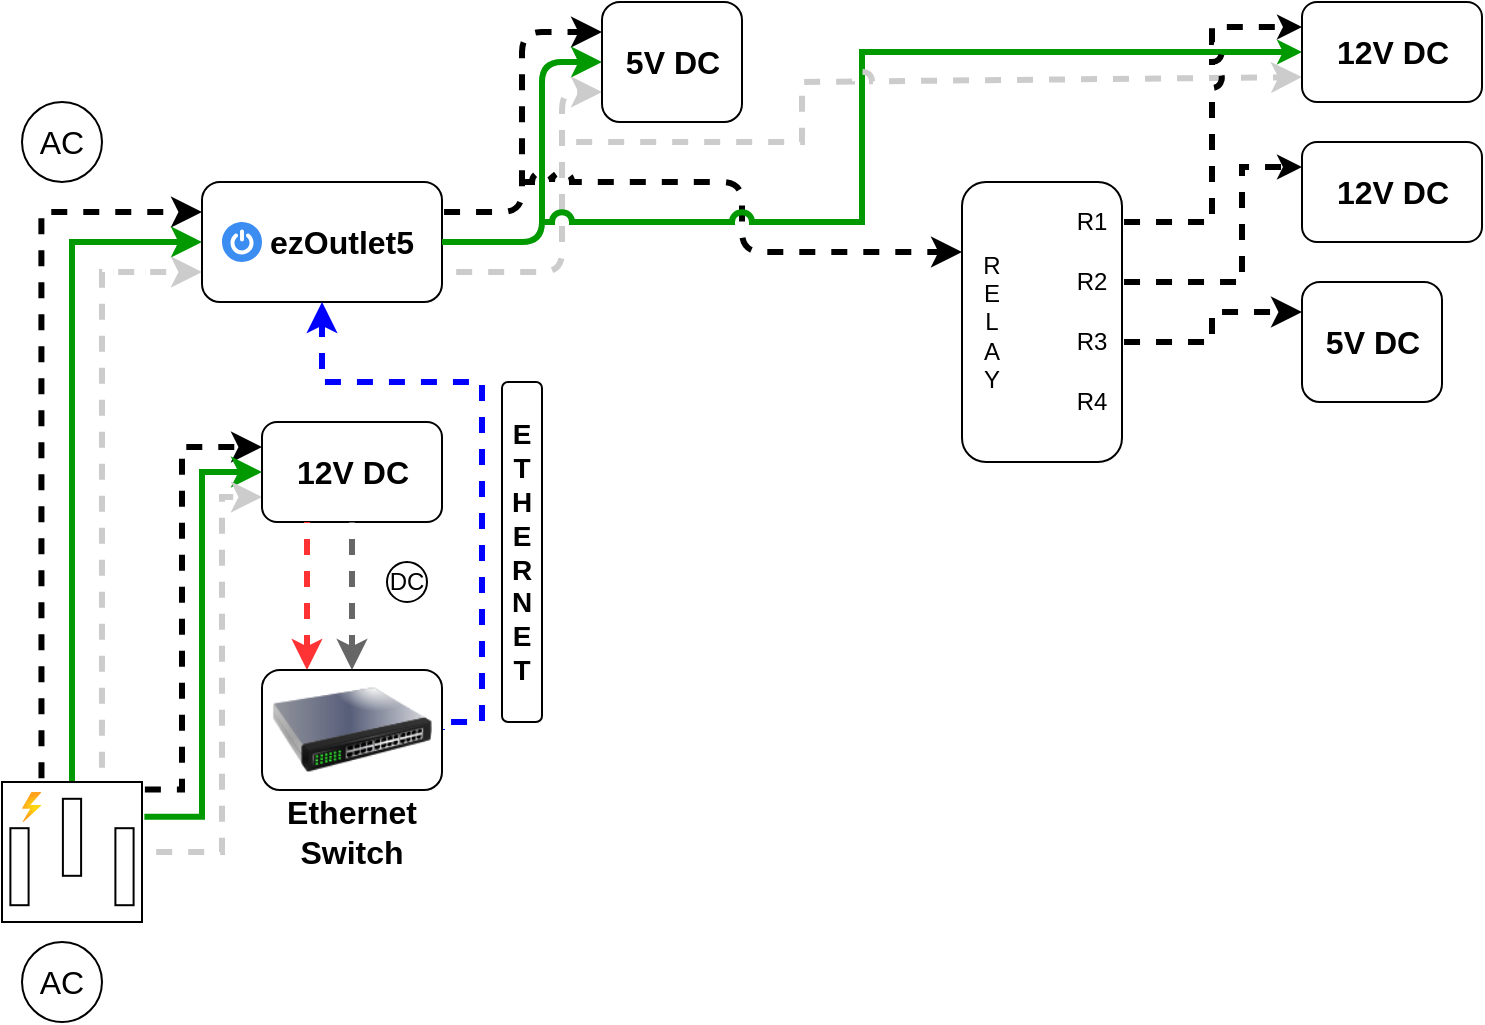
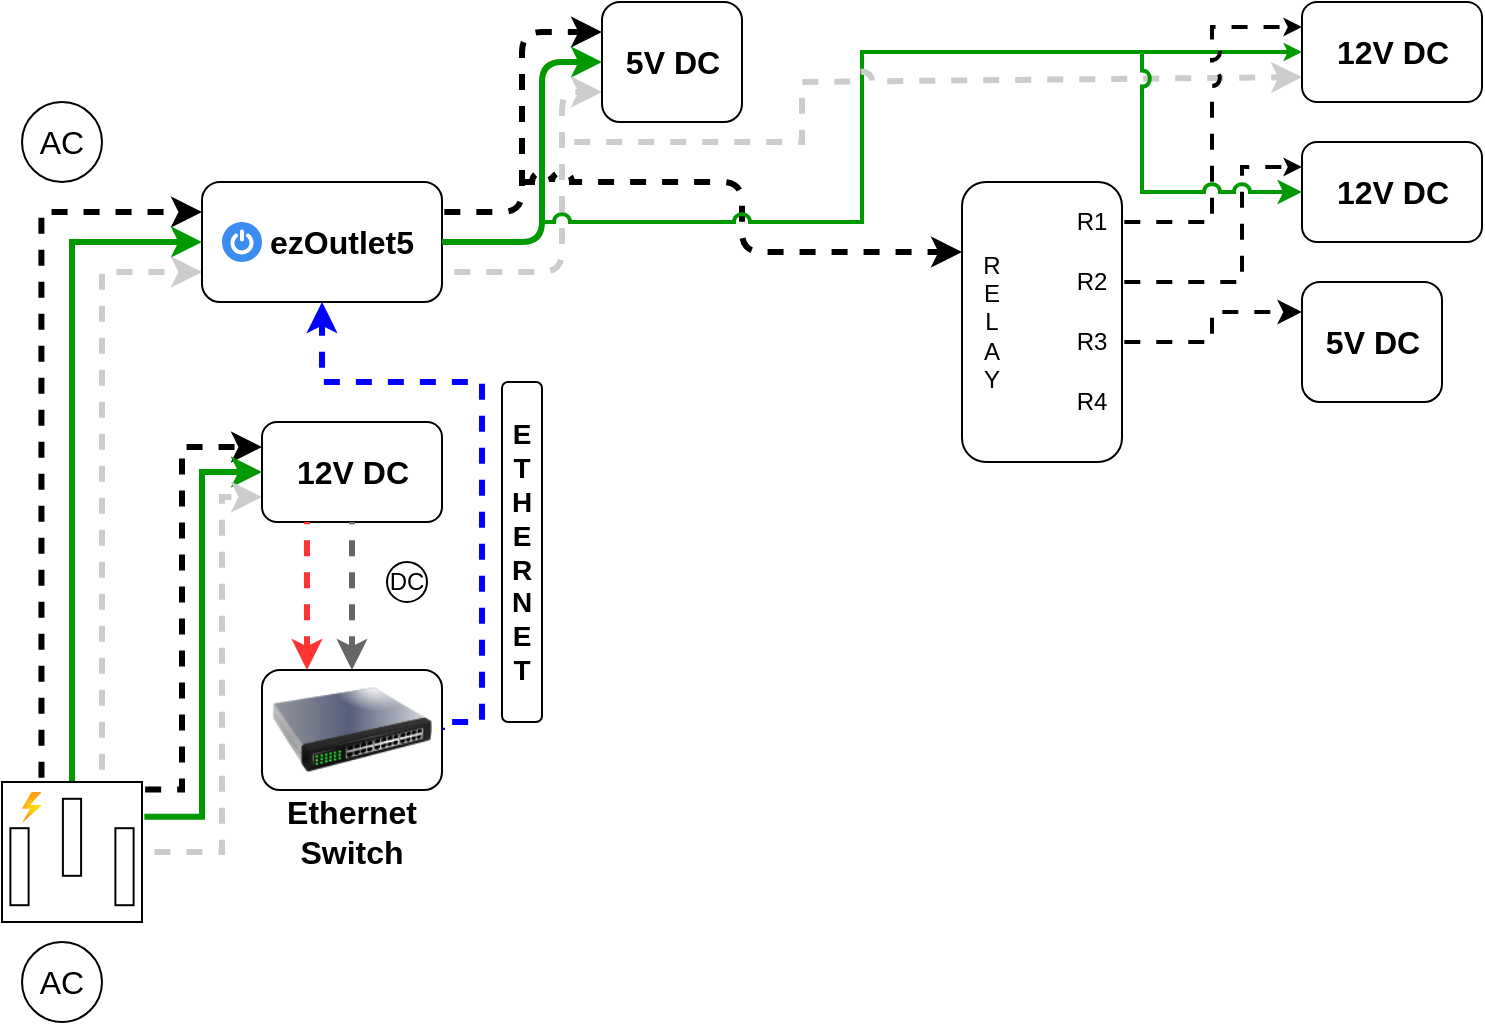
<mxfile host="app.diagrams.net" agent="Mozilla/5.0 (Windows NT 10.0; Win64; x64) AppleWebKit/537.36 (KHTML, like Gecko) Chrome/131.0.0.0 Safari/537.36 Edg/131.0.0.0" version="25.0.3">
  <diagram name="Page-1" id="VlRkN-xOVygPYa-iD9Ir">
-     <mxGraphModel dx="1050" dy="658" grid="1" gridSize="10" guides="1" tooltips="1" connect="1" arrows="1" fold="1" page="1" pageScale="1" pageWidth="1169" pageHeight="827" background="none" math="0" shadow="0">
+     <mxGraphModel dx="500" dy="313" grid="1" gridSize="10" guides="1" tooltips="1" connect="1" arrows="1" fold="1" page="1" pageScale="1" pageWidth="1169" pageHeight="827" background="none" math="0" shadow="0">
      <root>
        <mxCell id="0" />
        <mxCell id="1" parent="0" />
        <mxCell id="JVLtuT8sySUBbFbLTn6r-3" style="edgeStyle=orthogonalEdgeStyle;rounded=0;orthogonalLoop=1;jettySize=auto;html=1;entryX=0;entryY=0.25;entryDx=0;entryDy=0;exitX=0.282;exitY=-0.013;exitDx=0;exitDy=0;exitPerimeter=0;strokeWidth=3;flowAnimation=1;flowAnimationDirection=alternate;flowAnimationTimingFunction=ease-in-out;flowAnimationDuration=1500;" edge="1" parent="1" source="pD8juBFKP1GN8B8eYQTb-1" target="pD8juBFKP1GN8B8eYQTb-3">
          <mxGeometry relative="1" as="geometry" />
        </mxCell>
        <mxCell id="JVLtuT8sySUBbFbLTn6r-4" style="edgeStyle=orthogonalEdgeStyle;rounded=0;orthogonalLoop=1;jettySize=auto;html=1;exitX=0.5;exitY=0;exitDx=0;exitDy=0;exitPerimeter=0;entryX=0;entryY=0.5;entryDx=0;entryDy=0;strokeColor=#009900;strokeWidth=3;" edge="1" parent="1" source="pD8juBFKP1GN8B8eYQTb-1" target="pD8juBFKP1GN8B8eYQTb-3">
          <mxGeometry relative="1" as="geometry" />
        </mxCell>
        <mxCell id="JVLtuT8sySUBbFbLTn6r-5" style="edgeStyle=orthogonalEdgeStyle;rounded=0;orthogonalLoop=1;jettySize=auto;html=1;entryX=0;entryY=0.75;entryDx=0;entryDy=0;exitX=0.714;exitY=0;exitDx=0;exitDy=0;exitPerimeter=0;strokeWidth=3;strokeColor=#CCCCCC;flowAnimation=1;flowAnimationDirection=alternate-reverse;flowAnimationTimingFunction=ease-in-out;" edge="1" parent="1" source="pD8juBFKP1GN8B8eYQTb-1" target="pD8juBFKP1GN8B8eYQTb-3">
          <mxGeometry relative="1" as="geometry">
            <mxPoint x="120" y="320" as="targetPoint" />
          </mxGeometry>
        </mxCell>
        <mxCell id="JVLtuT8sySUBbFbLTn6r-6" style="edgeStyle=orthogonalEdgeStyle;rounded=0;orthogonalLoop=1;jettySize=auto;html=1;entryX=0;entryY=0.25;entryDx=0;entryDy=0;exitX=1.006;exitY=0.054;exitDx=0;exitDy=0;exitPerimeter=0;strokeWidth=3;flowAnimation=1;flowAnimationDirection=alternate;flowAnimationTimingFunction=ease-in-out;flowAnimationDuration=1500;" edge="1" parent="1" source="pD8juBFKP1GN8B8eYQTb-1" target="pD8juBFKP1GN8B8eYQTb-24">
          <mxGeometry relative="1" as="geometry">
            <Array as="points">
              <mxPoint x="120" y="404" />
              <mxPoint x="120" y="233" />
            </Array>
          </mxGeometry>
        </mxCell>
        <mxCell id="JVLtuT8sySUBbFbLTn6r-7" style="edgeStyle=orthogonalEdgeStyle;rounded=0;orthogonalLoop=1;jettySize=auto;html=1;entryX=0;entryY=0.5;entryDx=0;entryDy=0;exitX=1.017;exitY=0.249;exitDx=0;exitDy=0;exitPerimeter=0;strokeWidth=3;strokeColor=#009900;" edge="1" parent="1" source="pD8juBFKP1GN8B8eYQTb-1" target="pD8juBFKP1GN8B8eYQTb-24">
          <mxGeometry relative="1" as="geometry" />
        </mxCell>
        <mxCell id="JVLtuT8sySUBbFbLTn6r-8" style="edgeStyle=orthogonalEdgeStyle;rounded=0;orthogonalLoop=1;jettySize=auto;html=1;entryX=0;entryY=0.75;entryDx=0;entryDy=0;strokeColor=#CCCCCC;strokeWidth=3;flowAnimation=1;flowAnimationDirection=alternate-reverse;flowAnimationTimingFunction=ease-in-out;" edge="1" parent="1" source="pD8juBFKP1GN8B8eYQTb-1" target="pD8juBFKP1GN8B8eYQTb-24">
          <mxGeometry relative="1" as="geometry">
            <Array as="points">
              <mxPoint x="140" y="435" />
              <mxPoint x="140" y="258" />
            </Array>
          </mxGeometry>
        </mxCell>
        <mxCell id="JVLtuT8sySUBbFbLTn6r-1" value="" style="group" vertex="1" connectable="0" parent="1">
          <mxGeometry x="30" y="480" width="60" height="40" as="geometry" />
        </mxCell>
        <mxCell id="pD8juBFKP1GN8B8eYQTb-22" value="AC" style="text;html=1;align=center;verticalAlign=middle;whiteSpace=wrap;rounded=0;fontSize=16;" parent="JVLtuT8sySUBbFbLTn6r-1" vertex="1">
          <mxGeometry y="5" width="60" height="30" as="geometry" />
        </mxCell>
        <mxCell id="pD8juBFKP1GN8B8eYQTb-23" value="" style="ellipse;whiteSpace=wrap;html=1;fillColor=none;" parent="JVLtuT8sySUBbFbLTn6r-1" vertex="1">
          <mxGeometry x="10" width="40" height="40" as="geometry" />
        </mxCell>
        <mxCell id="JVLtuT8sySUBbFbLTn6r-2" value="" style="group" vertex="1" connectable="0" parent="1">
          <mxGeometry x="30" y="60" width="60" height="40" as="geometry" />
        </mxCell>
        <mxCell id="pD8juBFKP1GN8B8eYQTb-9" value="" style="ellipse;whiteSpace=wrap;html=1;fillColor=none;" parent="JVLtuT8sySUBbFbLTn6r-2" vertex="1">
          <mxGeometry x="10" width="40" height="40" as="geometry" />
        </mxCell>
        <mxCell id="pD8juBFKP1GN8B8eYQTb-11" value="AC" style="text;html=1;align=center;verticalAlign=middle;whiteSpace=wrap;rounded=0;fontSize=16;" parent="JVLtuT8sySUBbFbLTn6r-2" vertex="1">
          <mxGeometry y="5" width="60" height="30" as="geometry" />
        </mxCell>
        <mxCell id="JVLtuT8sySUBbFbLTn6r-9" value="" style="group" vertex="1" connectable="0" parent="1">
          <mxGeometry x="130" y="100" width="120" height="60" as="geometry" />
        </mxCell>
        <mxCell id="JVLtuT8sySUBbFbLTn6r-16" value="" style="group" vertex="1" connectable="0" parent="JVLtuT8sySUBbFbLTn6r-9">
          <mxGeometry width="120" height="60" as="geometry" />
        </mxCell>
        <mxCell id="pD8juBFKP1GN8B8eYQTb-3" value="" style="rounded=1;whiteSpace=wrap;html=1;" parent="JVLtuT8sySUBbFbLTn6r-16" vertex="1">
          <mxGeometry width="120" height="60" as="geometry" />
        </mxCell>
        <mxCell id="JVLtuT8sySUBbFbLTn6r-13" value="" style="sketch=0;html=1;aspect=fixed;strokeColor=none;shadow=0;fillColor=#3B8DF1;verticalAlign=top;labelPosition=center;verticalLabelPosition=bottom;shape=mxgraph.gcp2.a7_power" vertex="1" parent="JVLtuT8sySUBbFbLTn6r-16">
          <mxGeometry x="10" y="20" width="20" height="20" as="geometry" />
        </mxCell>
        <mxCell id="pD8juBFKP1GN8B8eYQTb-15" value="&lt;b&gt;ezOutlet5&lt;/b&gt;" style="text;html=1;align=center;verticalAlign=middle;whiteSpace=wrap;rounded=0;fontSize=16;" parent="JVLtuT8sySUBbFbLTn6r-16" vertex="1">
          <mxGeometry x="40" y="10" width="60" height="40" as="geometry" />
        </mxCell>
        <mxCell id="JVLtuT8sySUBbFbLTn6r-11" value="" style="group" vertex="1" connectable="0" parent="1">
          <mxGeometry x="160" y="220" width="90" height="50" as="geometry" />
        </mxCell>
        <mxCell id="JVLtuT8sySUBbFbLTn6r-72" value="" style="group" vertex="1" connectable="0" parent="JVLtuT8sySUBbFbLTn6r-11">
          <mxGeometry width="90" height="50" as="geometry" />
        </mxCell>
        <mxCell id="pD8juBFKP1GN8B8eYQTb-24" value="" style="rounded=1;whiteSpace=wrap;html=1;" parent="JVLtuT8sySUBbFbLTn6r-72" vertex="1">
          <mxGeometry width="90" height="50" as="geometry" />
        </mxCell>
        <mxCell id="JVLtuT8sySUBbFbLTn6r-10" value="&lt;font style=&quot;font-size: 16px;&quot;&gt;&lt;b&gt;12V DC&lt;/b&gt;&lt;/font&gt;" style="text;html=1;align=center;verticalAlign=middle;whiteSpace=wrap;rounded=0;" vertex="1" parent="JVLtuT8sySUBbFbLTn6r-72">
          <mxGeometry x="15.75" y="10" width="58.5" height="30" as="geometry" />
        </mxCell>
        <mxCell id="JVLtuT8sySUBbFbLTn6r-18" value="" style="group" vertex="1" connectable="0" parent="1">
          <mxGeometry x="30" y="400" width="70" height="70" as="geometry" />
        </mxCell>
        <mxCell id="pD8juBFKP1GN8B8eYQTb-1" value="" style="pointerEvents=1;verticalLabelPosition=bottom;shadow=0;dashed=0;align=center;html=1;verticalAlign=top;shape=mxgraph.electrical.miscellaneous.ac_out" parent="JVLtuT8sySUBbFbLTn6r-18" vertex="1">
          <mxGeometry width="70" height="70" as="geometry" />
        </mxCell>
        <mxCell id="JVLtuT8sySUBbFbLTn6r-12" value="" style="image;aspect=fixed;html=1;points=[];align=center;fontSize=12;image=img/lib/azure2/general/Power.svg;" vertex="1" parent="JVLtuT8sySUBbFbLTn6r-18">
          <mxGeometry x="10" y="5" width="9.72" height="15" as="geometry" />
        </mxCell>
        <mxCell id="JVLtuT8sySUBbFbLTn6r-23" style="edgeStyle=orthogonalEdgeStyle;rounded=0;orthogonalLoop=1;jettySize=auto;html=1;entryX=0.25;entryY=0;entryDx=0;entryDy=0;exitX=0.25;exitY=1;exitDx=0;exitDy=0;strokeColor=#FF3333;strokeWidth=3;flowAnimation=1;" edge="1" parent="1" source="pD8juBFKP1GN8B8eYQTb-24" target="JVLtuT8sySUBbFbLTn6r-19">
          <mxGeometry relative="1" as="geometry" />
        </mxCell>
        <mxCell id="JVLtuT8sySUBbFbLTn6r-28" value="" style="group" vertex="1" connectable="0" parent="1">
          <mxGeometry x="220" y="290" width="25" height="20" as="geometry" />
        </mxCell>
        <mxCell id="JVLtuT8sySUBbFbLTn6r-26" value="" style="ellipse;whiteSpace=wrap;html=1;aspect=fixed;" vertex="1" parent="JVLtuT8sySUBbFbLTn6r-28">
          <mxGeometry x="2.5" width="20" height="20" as="geometry" />
        </mxCell>
        <mxCell id="JVLtuT8sySUBbFbLTn6r-27" value="&lt;font&gt;DC&lt;/font&gt;" style="text;html=1;align=center;verticalAlign=middle;whiteSpace=wrap;rounded=0;" vertex="1" parent="JVLtuT8sySUBbFbLTn6r-28">
          <mxGeometry y="2.5" width="25" height="15" as="geometry" />
        </mxCell>
        <mxCell id="JVLtuT8sySUBbFbLTn6r-29" style="edgeStyle=orthogonalEdgeStyle;rounded=0;orthogonalLoop=1;jettySize=auto;html=1;exitX=0.5;exitY=1;exitDx=0;exitDy=0;entryX=0.5;entryY=0;entryDx=0;entryDy=0;strokeWidth=3;flowAnimation=1;strokeColor=#666666;" edge="1" parent="1" source="pD8juBFKP1GN8B8eYQTb-24" target="JVLtuT8sySUBbFbLTn6r-19">
          <mxGeometry relative="1" as="geometry" />
        </mxCell>
        <mxCell id="JVLtuT8sySUBbFbLTn6r-30" style="edgeStyle=orthogonalEdgeStyle;rounded=0;orthogonalLoop=1;jettySize=auto;html=1;exitX=1;exitY=0.5;exitDx=0;exitDy=0;entryX=0.5;entryY=1;entryDx=0;entryDy=0;strokeColor=#0000FF;strokeWidth=3;flowAnimation=1;" edge="1" parent="1" source="JVLtuT8sySUBbFbLTn6r-19" target="pD8juBFKP1GN8B8eYQTb-3">
          <mxGeometry relative="1" as="geometry">
            <Array as="points">
              <mxPoint x="270" y="370" />
              <mxPoint x="270" y="200" />
              <mxPoint x="190" y="200" />
            </Array>
          </mxGeometry>
        </mxCell>
        <mxCell id="JVLtuT8sySUBbFbLTn6r-31" value="" style="rounded=1;whiteSpace=wrap;html=1;" vertex="1" parent="1">
          <mxGeometry x="280" y="200" width="20" height="170" as="geometry" />
        </mxCell>
        <mxCell id="JVLtuT8sySUBbFbLTn6r-32" value="&lt;b&gt;&lt;font style=&quot;font-size: 14px;&quot;&gt;E&lt;/font&gt;&lt;/b&gt;&lt;div&gt;&lt;b&gt;&lt;font style=&quot;font-size: 14px;&quot;&gt;T&lt;/font&gt;&lt;/b&gt;&lt;/div&gt;&lt;div&gt;&lt;b&gt;&lt;font style=&quot;font-size: 14px;&quot;&gt;H&lt;/font&gt;&lt;/b&gt;&lt;/div&gt;&lt;div&gt;&lt;b&gt;&lt;font style=&quot;font-size: 14px;&quot;&gt;E&lt;/font&gt;&lt;/b&gt;&lt;/div&gt;&lt;div&gt;&lt;b&gt;&lt;font style=&quot;font-size: 14px;&quot;&gt;R&lt;/font&gt;&lt;/b&gt;&lt;/div&gt;&lt;div&gt;&lt;b&gt;&lt;font style=&quot;font-size: 14px;&quot;&gt;N&lt;/font&gt;&lt;/b&gt;&lt;/div&gt;&lt;div&gt;&lt;b&gt;&lt;font style=&quot;font-size: 14px;&quot;&gt;E&lt;/font&gt;&lt;/b&gt;&lt;/div&gt;&lt;div&gt;&lt;b&gt;&lt;font style=&quot;font-size: 14px;&quot;&gt;T&lt;/font&gt;&lt;/b&gt;&lt;/div&gt;" style="text;html=1;align=center;verticalAlign=middle;whiteSpace=wrap;rounded=0;" vertex="1" parent="1">
          <mxGeometry x="275" y="180" width="30" height="210" as="geometry" />
        </mxCell>
        <mxCell id="JVLtuT8sySUBbFbLTn6r-33" value="" style="rounded=1;whiteSpace=wrap;html=1;" vertex="1" parent="1">
          <mxGeometry x="510" y="100" width="80" height="140" as="geometry" />
        </mxCell>
        <mxCell id="JVLtuT8sySUBbFbLTn6r-35" style="edgeStyle=orthogonalEdgeStyle;rounded=1;orthogonalLoop=1;jettySize=auto;html=1;exitX=1;exitY=0.25;exitDx=0;exitDy=0;entryX=0;entryY=0.25;entryDx=0;entryDy=0;curved=0;strokeWidth=3;flowAnimation=1;flowAnimationDirection=alternate;flowAnimationTimingFunction=ease-in-out;flowAnimationDuration=1500;" edge="1" parent="1" source="pD8juBFKP1GN8B8eYQTb-3" target="JVLtuT8sySUBbFbLTn6r-34">
          <mxGeometry relative="1" as="geometry" />
        </mxCell>
        <mxCell id="JVLtuT8sySUBbFbLTn6r-36" style="edgeStyle=orthogonalEdgeStyle;rounded=1;orthogonalLoop=1;jettySize=auto;html=1;exitX=1;exitY=0.5;exitDx=0;exitDy=0;entryX=0;entryY=0.5;entryDx=0;entryDy=0;curved=0;strokeWidth=3;strokeColor=#009900;" edge="1" parent="1" source="pD8juBFKP1GN8B8eYQTb-3" target="JVLtuT8sySUBbFbLTn6r-34">
          <mxGeometry relative="1" as="geometry">
            <Array as="points">
              <mxPoint x="300" y="130" />
              <mxPoint x="300" y="40" />
            </Array>
          </mxGeometry>
        </mxCell>
        <mxCell id="JVLtuT8sySUBbFbLTn6r-37" style="edgeStyle=orthogonalEdgeStyle;rounded=1;orthogonalLoop=1;jettySize=auto;html=1;exitX=1;exitY=0.75;exitDx=0;exitDy=0;entryX=0;entryY=0.75;entryDx=0;entryDy=0;curved=0;strokeColor=#CCCCCC;strokeWidth=3;flowAnimation=1;flowAnimationDirection=alternate-reverse;flowAnimationTimingFunction=ease-in-out;" edge="1" parent="1" source="pD8juBFKP1GN8B8eYQTb-3" target="JVLtuT8sySUBbFbLTn6r-34">
          <mxGeometry relative="1" as="geometry">
            <Array as="points">
              <mxPoint x="310" y="145" />
              <mxPoint x="310" y="55" />
            </Array>
          </mxGeometry>
        </mxCell>
        <mxCell id="JVLtuT8sySUBbFbLTn6r-40" value="" style="endArrow=classic;html=1;rounded=1;curved=0;entryX=0;entryY=0.25;entryDx=0;entryDy=0;jumpStyle=arc;strokeWidth=3;flowAnimation=1;flowAnimationDirection=alternate;flowAnimationTimingFunction=ease-in-out;flowAnimationDuration=1500;" edge="1" parent="1" target="JVLtuT8sySUBbFbLTn6r-33">
          <mxGeometry width="50" height="50" relative="1" as="geometry">
            <mxPoint x="290" y="100" as="sourcePoint" />
            <mxPoint x="410" y="170" as="targetPoint" />
            <Array as="points">
              <mxPoint x="400" y="100" />
              <mxPoint x="400" y="135" />
            </Array>
          </mxGeometry>
        </mxCell>
        <mxCell id="JVLtuT8sySUBbFbLTn6r-51" value="" style="group" vertex="1" connectable="0" parent="1">
          <mxGeometry x="160" y="344" width="90" height="96" as="geometry" />
        </mxCell>
        <mxCell id="JVLtuT8sySUBbFbLTn6r-21" value="" style="group" vertex="1" connectable="0" parent="JVLtuT8sySUBbFbLTn6r-51">
          <mxGeometry width="90" height="70" as="geometry" />
        </mxCell>
        <mxCell id="JVLtuT8sySUBbFbLTn6r-50" value="" style="group" vertex="1" connectable="0" parent="JVLtuT8sySUBbFbLTn6r-21">
          <mxGeometry width="90" height="70" as="geometry" />
        </mxCell>
        <mxCell id="JVLtuT8sySUBbFbLTn6r-19" value="" style="rounded=1;whiteSpace=wrap;html=1;" vertex="1" parent="JVLtuT8sySUBbFbLTn6r-50">
          <mxGeometry width="90" height="60" as="geometry" />
        </mxCell>
        <mxCell id="JVLtuT8sySUBbFbLTn6r-49" value="" style="image;html=1;image=img/lib/clip_art/networking/Switch_128x128.png" vertex="1" parent="JVLtuT8sySUBbFbLTn6r-50">
          <mxGeometry x="5" y="-10" width="80" height="80" as="geometry" />
        </mxCell>
        <mxCell id="JVLtuT8sySUBbFbLTn6r-20" value="&lt;b&gt;&lt;font style=&quot;font-size: 16px;&quot;&gt;Ethernet&lt;/font&gt;&lt;/b&gt;&lt;div&gt;&lt;b&gt;&lt;font style=&quot;font-size: 16px;&quot;&gt;Switch&lt;/font&gt;&lt;/b&gt;&lt;/div&gt;" style="text;html=1;align=center;verticalAlign=middle;whiteSpace=wrap;rounded=0;" vertex="1" parent="JVLtuT8sySUBbFbLTn6r-51">
          <mxGeometry x="15" y="66" width="60" height="30" as="geometry" />
        </mxCell>
        <mxCell id="JVLtuT8sySUBbFbLTn6r-53" value="" style="group" vertex="1" connectable="0" parent="1">
          <mxGeometry x="330" y="10" width="70" height="60" as="geometry" />
        </mxCell>
        <mxCell id="JVLtuT8sySUBbFbLTn6r-71" value="" style="group" vertex="1" connectable="0" parent="JVLtuT8sySUBbFbLTn6r-53">
          <mxGeometry width="70" height="60" as="geometry" />
        </mxCell>
        <mxCell id="JVLtuT8sySUBbFbLTn6r-34" value="" style="rounded=1;whiteSpace=wrap;html=1;" vertex="1" parent="JVLtuT8sySUBbFbLTn6r-71">
          <mxGeometry width="70" height="60" as="geometry" />
        </mxCell>
        <mxCell id="JVLtuT8sySUBbFbLTn6r-52" value="&lt;font style=&quot;font-size: 16px;&quot;&gt;&lt;b&gt;5&lt;/b&gt;&lt;/font&gt;&lt;b style=&quot;font-size: 16px; background-color: initial;&quot;&gt;V DC&lt;/b&gt;" style="text;html=1;align=center;verticalAlign=middle;whiteSpace=wrap;rounded=0;" vertex="1" parent="JVLtuT8sySUBbFbLTn6r-71">
          <mxGeometry x="5.75" y="15" width="58.5" height="30" as="geometry" />
        </mxCell>
-         <mxCell id="JVLtuT8sySUBbFbLTn6r-54" value="" style="endArrow=classic;html=1;rounded=0;entryX=0;entryY=0.5;entryDx=0;entryDy=0;jumpStyle=arc;strokeColor=#009900;strokeWidth=3;endSize=3;" edge="1" parent="1" target="JVLtuT8sySUBbFbLTn6r-74">
+         <mxCell id="JVLtuT8sySUBbFbLTn6r-54" value="" style="endArrow=classic;html=1;rounded=0;entryX=0;entryY=0.5;entryDx=0;entryDy=0;jumpStyle=arc;strokeColor=#009900;strokeWidth=2;endSize=3;" edge="1" parent="1" target="JVLtuT8sySUBbFbLTn6r-74">
          <mxGeometry width="50" height="50" relative="1" as="geometry">
            <mxPoint x="300" y="120" as="sourcePoint" />
            <mxPoint x="350" y="80" as="targetPoint" />
            <Array as="points">
              <mxPoint x="460" y="120" />
              <mxPoint x="460" y="35" />
            </Array>
          </mxGeometry>
        </mxCell>
        <mxCell id="JVLtuT8sySUBbFbLTn6r-55" value="" style="endArrow=classic;html=1;rounded=0;entryX=0;entryY=0.75;entryDx=0;entryDy=0;strokeColor=#CCCCCC;strokeWidth=3;jumpStyle=arc;flowAnimation=1;flowAnimationDirection=alternate-reverse;flowAnimationTimingFunction=ease-in-out;" edge="1" parent="1" target="JVLtuT8sySUBbFbLTn6r-74">
          <mxGeometry width="50" height="50" relative="1" as="geometry">
            <mxPoint x="310" y="80" as="sourcePoint" />
            <mxPoint x="350" y="140" as="targetPoint" />
            <Array as="points">
              <mxPoint x="430" y="80" />
              <mxPoint x="430" y="50" />
              <mxPoint x="520" y="50" />
            </Array>
          </mxGeometry>
        </mxCell>
        <mxCell id="JVLtuT8sySUBbFbLTn6r-56" value="R&lt;div&gt;E&lt;/div&gt;&lt;div&gt;L&lt;/div&gt;&lt;div&gt;A&lt;/div&gt;&lt;div&gt;Y&lt;/div&gt;" style="text;html=1;align=center;verticalAlign=middle;whiteSpace=wrap;rounded=0;" vertex="1" parent="1">
          <mxGeometry x="510" y="135" width="30" height="70" as="geometry" />
        </mxCell>
-         <mxCell id="JVLtuT8sySUBbFbLTn6r-79" style="edgeStyle=orthogonalEdgeStyle;rounded=0;orthogonalLoop=1;jettySize=auto;html=1;exitX=1;exitY=0.5;exitDx=0;exitDy=0;entryX=0;entryY=0.25;entryDx=0;entryDy=0;strokeWidth=3;flowAnimation=1;flowAnimationDirection=alternate;flowAnimationTimingFunction=ease-in-out;flowAnimationDuration=1500;jumpStyle=arc;endSize=3;" edge="1" parent="1" source="JVLtuT8sySUBbFbLTn6r-57" target="JVLtuT8sySUBbFbLTn6r-74">
+         <mxCell id="JVLtuT8sySUBbFbLTn6r-79" style="edgeStyle=orthogonalEdgeStyle;rounded=0;orthogonalLoop=1;jettySize=auto;html=1;exitX=1;exitY=0.5;exitDx=0;exitDy=0;entryX=0;entryY=0.25;entryDx=0;entryDy=0;strokeWidth=2;flowAnimation=1;flowAnimationDirection=alternate;flowAnimationTimingFunction=ease-in-out;flowAnimationDuration=1500;jumpStyle=arc;endSize=3;" edge="1" parent="1" source="JVLtuT8sySUBbFbLTn6r-57" target="JVLtuT8sySUBbFbLTn6r-74">
          <mxGeometry relative="1" as="geometry" />
        </mxCell>
        <mxCell id="JVLtuT8sySUBbFbLTn6r-57" value="R1" style="text;html=1;align=center;verticalAlign=middle;whiteSpace=wrap;rounded=0;" vertex="1" parent="1">
          <mxGeometry x="560" y="105" width="30" height="30" as="geometry" />
        </mxCell>
-         <mxCell id="JVLtuT8sySUBbFbLTn6r-80" style="edgeStyle=orthogonalEdgeStyle;rounded=0;orthogonalLoop=1;jettySize=auto;html=1;exitX=1;exitY=0.5;exitDx=0;exitDy=0;entryX=0;entryY=0.25;entryDx=0;entryDy=0;strokeWidth=3;flowAnimation=1;flowAnimationDirection=alternate;flowAnimationTimingFunction=ease-in-out;flowAnimationDuration=1500;endSize=3;" edge="1" parent="1" source="JVLtuT8sySUBbFbLTn6r-58" target="JVLtuT8sySUBbFbLTn6r-77">
+         <mxCell id="JVLtuT8sySUBbFbLTn6r-80" style="edgeStyle=orthogonalEdgeStyle;rounded=0;orthogonalLoop=1;jettySize=auto;html=1;exitX=1;exitY=0.5;exitDx=0;exitDy=0;entryX=0;entryY=0.25;entryDx=0;entryDy=0;strokeWidth=2;flowAnimation=1;flowAnimationDirection=alternate;flowAnimationTimingFunction=ease-in-out;flowAnimationDuration=1500;endSize=3;" edge="1" parent="1" source="JVLtuT8sySUBbFbLTn6r-58" target="JVLtuT8sySUBbFbLTn6r-77">
          <mxGeometry relative="1" as="geometry">
            <Array as="points">
              <mxPoint x="650" y="150" />
              <mxPoint x="650" y="93" />
            </Array>
          </mxGeometry>
        </mxCell>
        <mxCell id="JVLtuT8sySUBbFbLTn6r-58" value="R2" style="text;html=1;align=center;verticalAlign=middle;whiteSpace=wrap;rounded=0;" vertex="1" parent="1">
          <mxGeometry x="560" y="135" width="30" height="30" as="geometry" />
        </mxCell>
-         <mxCell id="JVLtuT8sySUBbFbLTn6r-81" style="edgeStyle=orthogonalEdgeStyle;rounded=0;orthogonalLoop=1;jettySize=auto;html=1;exitX=1;exitY=0.5;exitDx=0;exitDy=0;entryX=0;entryY=0.25;entryDx=0;entryDy=0;strokeWidth=3;flowAnimation=1;flowAnimationDirection=alternate;flowAnimationTimingFunction=ease-in-out;flowAnimationDuration=1500;" edge="1" parent="1" source="JVLtuT8sySUBbFbLTn6r-59" target="JVLtuT8sySUBbFbLTn6r-63">
+         <mxCell id="JVLtuT8sySUBbFbLTn6r-81" style="edgeStyle=orthogonalEdgeStyle;rounded=0;orthogonalLoop=1;jettySize=auto;html=1;exitX=1;exitY=0.5;exitDx=0;exitDy=0;entryX=0;entryY=0.25;entryDx=0;entryDy=0;strokeWidth=2;flowAnimation=1;flowAnimationDirection=alternate;flowAnimationTimingFunction=ease-in-out;flowAnimationDuration=1500;" edge="1" parent="1" source="JVLtuT8sySUBbFbLTn6r-59" target="JVLtuT8sySUBbFbLTn6r-63">
          <mxGeometry relative="1" as="geometry" />
        </mxCell>
        <mxCell id="JVLtuT8sySUBbFbLTn6r-59" value="R3" style="text;html=1;align=center;verticalAlign=middle;whiteSpace=wrap;rounded=0;" vertex="1" parent="1">
          <mxGeometry x="560" y="165" width="30" height="30" as="geometry" />
        </mxCell>
        <mxCell id="JVLtuT8sySUBbFbLTn6r-60" value="R4" style="text;html=1;align=center;verticalAlign=middle;whiteSpace=wrap;rounded=0;" vertex="1" parent="1">
          <mxGeometry x="560" y="195" width="30" height="30" as="geometry" />
        </mxCell>
        <mxCell id="JVLtuT8sySUBbFbLTn6r-67" value="" style="group" vertex="1" connectable="0" parent="1">
          <mxGeometry x="680" y="150" width="70" height="60" as="geometry" />
        </mxCell>
        <mxCell id="JVLtuT8sySUBbFbLTn6r-63" value="" style="rounded=1;whiteSpace=wrap;html=1;" vertex="1" parent="JVLtuT8sySUBbFbLTn6r-67">
          <mxGeometry width="70" height="60" as="geometry" />
        </mxCell>
        <mxCell id="JVLtuT8sySUBbFbLTn6r-62" value="" style="group" vertex="1" connectable="0" parent="JVLtuT8sySUBbFbLTn6r-67">
          <mxGeometry width="70" height="60" as="geometry" />
        </mxCell>
        <mxCell id="JVLtuT8sySUBbFbLTn6r-64" value="&lt;font style=&quot;font-size: 16px;&quot;&gt;&lt;b&gt;5&lt;/b&gt;&lt;/font&gt;&lt;b style=&quot;font-size: 16px; background-color: initial;&quot;&gt;V DC&lt;/b&gt;" style="text;html=1;align=center;verticalAlign=middle;whiteSpace=wrap;rounded=0;" vertex="1" parent="JVLtuT8sySUBbFbLTn6r-62">
          <mxGeometry x="5.75" y="15" width="58.5" height="30" as="geometry" />
        </mxCell>
        <mxCell id="JVLtuT8sySUBbFbLTn6r-73" value="" style="group" vertex="1" connectable="0" parent="1">
          <mxGeometry x="680" y="10" width="90" height="50" as="geometry" />
        </mxCell>
        <mxCell id="JVLtuT8sySUBbFbLTn6r-74" value="" style="rounded=1;whiteSpace=wrap;html=1;" vertex="1" parent="JVLtuT8sySUBbFbLTn6r-73">
          <mxGeometry width="90" height="50" as="geometry" />
        </mxCell>
        <mxCell id="JVLtuT8sySUBbFbLTn6r-75" value="&lt;font style=&quot;font-size: 16px;&quot;&gt;&lt;b&gt;12V DC&lt;/b&gt;&lt;/font&gt;" style="text;html=1;align=center;verticalAlign=middle;whiteSpace=wrap;rounded=0;" vertex="1" parent="JVLtuT8sySUBbFbLTn6r-73">
          <mxGeometry x="15.75" y="10" width="58.5" height="30" as="geometry" />
        </mxCell>
        <mxCell id="JVLtuT8sySUBbFbLTn6r-76" value="" style="group" vertex="1" connectable="0" parent="1">
          <mxGeometry x="680" y="80" width="90" height="50" as="geometry" />
        </mxCell>
        <mxCell id="JVLtuT8sySUBbFbLTn6r-77" value="" style="rounded=1;whiteSpace=wrap;html=1;" vertex="1" parent="JVLtuT8sySUBbFbLTn6r-76">
          <mxGeometry width="90" height="50" as="geometry" />
        </mxCell>
        <mxCell id="JVLtuT8sySUBbFbLTn6r-78" value="&lt;font style=&quot;font-size: 16px;&quot;&gt;&lt;b&gt;12V DC&lt;/b&gt;&lt;/font&gt;" style="text;html=1;align=center;verticalAlign=middle;whiteSpace=wrap;rounded=0;" vertex="1" parent="JVLtuT8sySUBbFbLTn6r-76">
          <mxGeometry x="15.75" y="10" width="58.5" height="30" as="geometry" />
+         </mxCell>
+         <mxCell id="JVLtuT8sySUBbFbLTn6r-82" value="" style="endArrow=classic;html=1;rounded=0;entryX=0;entryY=0.5;entryDx=0;entryDy=0;jumpStyle=arc;strokeColor=#009900;strokeWidth=2;" edge="1" parent="1" target="JVLtuT8sySUBbFbLTn6r-77">
+           <mxGeometry width="50" height="50" relative="1" as="geometry">
+             <mxPoint x="600" y="35" as="sourcePoint" />
+             <mxPoint x="660" y="105" as="targetPoint" />
+             <Array as="points">
+               <mxPoint x="600" y="105" />
+             </Array>
+           </mxGeometry>
        </mxCell>
      </root>
    </mxGraphModel>
  </diagram>
</mxfile>
